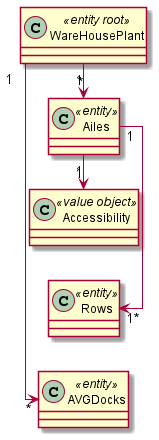
This is eapli.base/Documentation/Geral/WareHousePlant_Aggregate.png from LourencoMelo/ISEP-EAPLI, a PlantUML export, as it was before one commit.
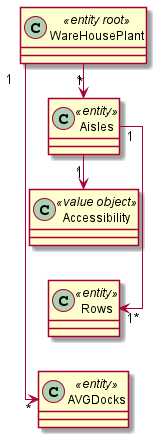
After the commit.

Commit message:
Glossary, and UML

Diff of the diagram source:
```diff
@@ -5,7 +5,7 @@
 class WareHousePlant<<entity root>> {
 }
 
-class Ailes<<entity>>{
+class Aisles<<entity>>{
 
 }
 
@@ -22,8 +22,8 @@
 }
 
 WareHousePlant "1" -> "*"  AVGDocks
-WareHousePlant "1" -> "*" Ailes
-Ailes "1" -> "1*" Rows
-Ailes "1" -> "1" Accessibility
+WareHousePlant "1" -> "*" Aisles
+Aisles "1" -> "1*" Rows
+Aisles "1" -> "1" Accessibility
 
 @enduml
```
